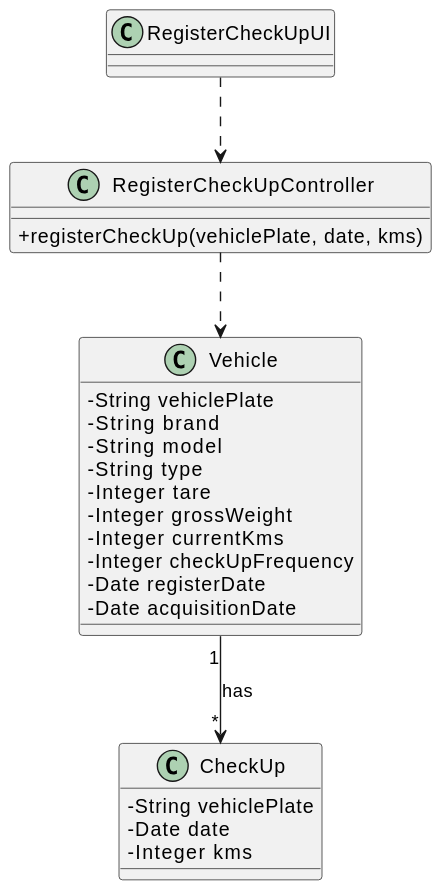
Before: docs/sprintB/us007/03.design/svg/us007-class-diagram.svg, a diagram exported from PlantUML (Departamento-de-Engenharia-Informatica/lei-24-s2-1dm-g132). Its diagram source:
```plantuml
@startuml
skinparam packageStyle rectangle
skinparam shadowing false
skinparam linetype polyline

skinparam classAttributeIconSize 0


class RegisterCheckUpController {
    +registerCheckUp(vehiclePlate, date, kms)
}


class RegisterCheckUpUI {
}

class Vehicle {
  - String vehiclePlate
      - String brand
      - String model
      - String type
      - Integer tare
      - Integer grossWeight
      - Integer currentKms
            - Integer checkUpFrequency
      - Date registerDate
      - Date acquisitionDate

}



class CheckUp {
  - String vehiclePlate
- Date date
-Integer kms
}


RegisterCheckUpUI ..> RegisterCheckUpController
RegisterCheckUpController ..> Vehicle
Vehicle "1" --> "*" CheckUp : has
@enduml
```
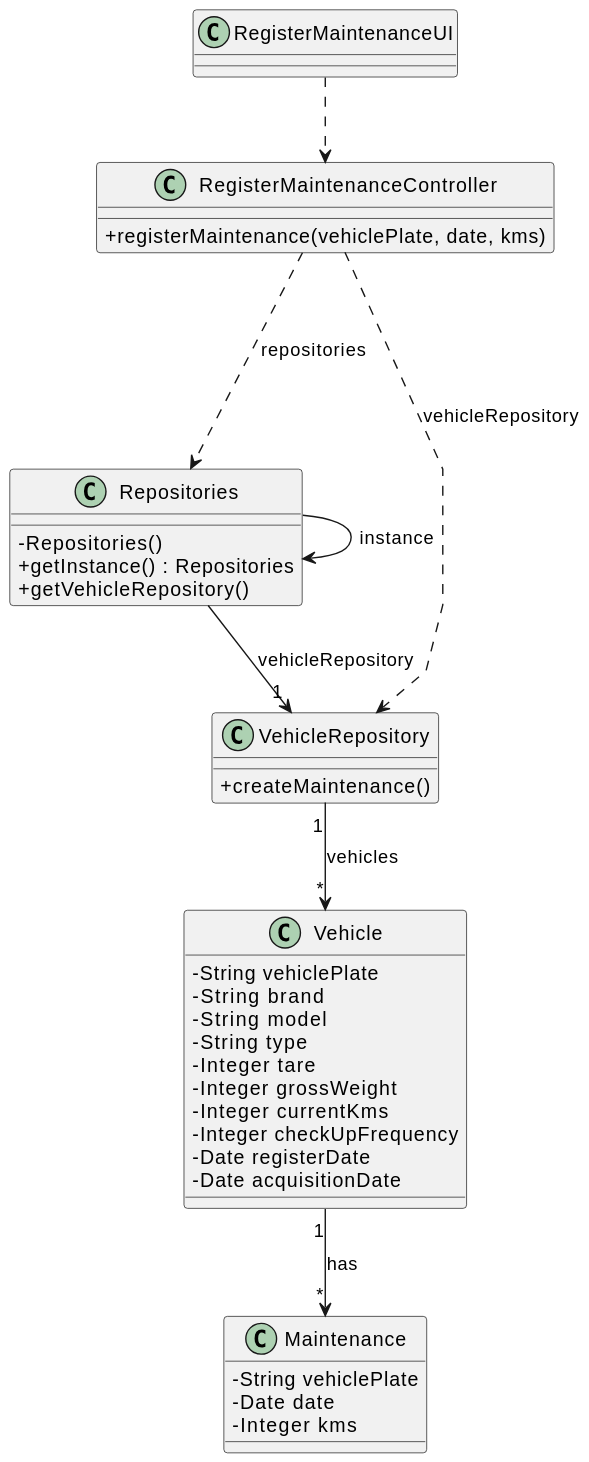
Later version of the same file.

Commit message:
Update of the SVGs of both US001 and US007

Diff of the diagram source:
```diff
@@ -6,12 +6,12 @@
 skinparam classAttributeIconSize 0
 
 
-class RegisterCheckUpController {
-    +registerCheckUp(vehiclePlate, date, kms)
+class RegisterMaintenanceController {
+    +registerMaintenance(vehiclePlate, date, kms)
 }
 
 
-class RegisterCheckUpUI {
+class RegisterMaintenanceUI {
 }
 
 class Vehicle {
@@ -27,17 +27,27 @@
       - Date acquisitionDate
 
 }
-
-
-
-class CheckUp {
-  - String vehiclePlate
-- Date date
--Integer kms
+class Repositories {
+    - Repositories()
+    + getInstance() : Repositories
+    + getVehicleRepository()
 }
 
 
-RegisterCheckUpUI ..> RegisterCheckUpController
-RegisterCheckUpController ..> Vehicle
-Vehicle "1" --> "*" CheckUp : has
+class Maintenance {
+    - String vehiclePlate
+    - Date date
+    - Integer kms
+}
+class VehicleRepository {
+    + createMaintenance()
+}
+
+Repositories -> Repositories : instance
+RegisterMaintenanceUI ..> RegisterMaintenanceController
+Vehicle "1" --> "*" Maintenance : has
+RegisterMaintenanceController ...> Repositories: repositories
+Repositories --> "1" VehicleRepository: vehicleRepository
+RegisterMaintenanceController ..> VehicleRepository: vehicleRepository
+VehicleRepository "1" --> "*" Vehicle : vehicles
 @enduml
```
